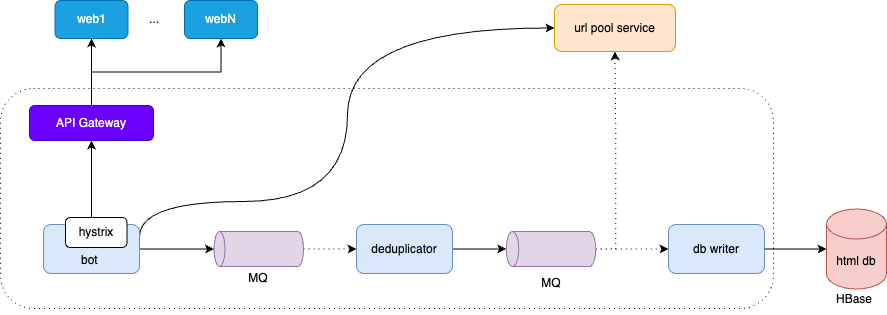
The draw.io diagram pictures/bot/bot_service.drawio.png in alikWu/system-design, before a commit. Source tidied: cells renumbered, new cells last; positions are measured from the earlier drawing's top-left corner, leaving out a move shared by most shapes.
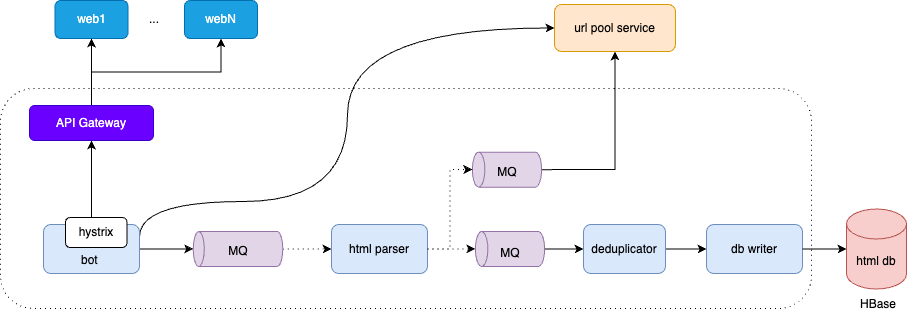
After the commit.

Change to the diagram source:
```diff
@@ -3,7 +3,7 @@
     <mxCell id="0" />
     <mxCell id="1" parent="0" />
     <mxCell id="2" style="rounded=1;whiteSpace=wrap;html=1;dashed=1;dashPattern=1 4;" parent="1" vertex="1">
-      <mxGeometry y="88" width="773" height="220" as="geometry" />
+      <mxGeometry y="88" width="811" height="220" as="geometry" />
     </mxCell>
     <mxCell id="3" style="edgeStyle=orthogonalEdgeStyle;rounded=0;jettySize=auto;html=1;exitX=1;exitY=0.5;exitDx=0;exitDy=0;" parent="1" edge="1" source="6" target="10">
       <mxGeometry relative="1" as="geometry" />
@@ -23,23 +23,20 @@
     <mxCell id="6" style="rounded=1;whiteSpace=wrap;html=1;fillColor=#dae8fc;strokeColor=#6c8ebf;" parent="1" vertex="1">
       <mxGeometry x="43" y="224" width="96" height="49" as="geometry" />
     </mxCell>
-    <mxCell id="7" style="edgeStyle=orthogonalEdgeStyle;rounded=0;jettySize=auto;html=1;exitX=1;exitY=0.5;exitDx=0;exitDy=0;" parent="1" edge="1" source="8" target="20">
-      <mxGeometry relative="1" as="geometry" />
-    </mxCell>
-    <mxCell id="8" value="deduplicator" style="rounded=1;whiteSpace=wrap;html=1;fillColor=#dae8fc;strokeColor=#6c8ebf;" parent="1" vertex="1">
-      <mxGeometry x="356" y="224" width="96" height="49" as="geometry" />
+    <mxCell id="8" value="html parser" style="rounded=1;whiteSpace=wrap;html=1;fillColor=#dae8fc;strokeColor=#6c8ebf;" parent="1" vertex="1">
+      <mxGeometry x="331" y="224" width="96" height="49" as="geometry" />
     </mxCell>
     <mxCell id="9" style="edgeStyle=orthogonalEdgeStyle;rounded=0;jettySize=auto;html=1;exitX=0.5;exitY=1;exitDx=0;exitDy=0;exitPerimeter=0;entryX=0;entryY=0.5;entryDx=0;entryDy=0;dashed=1;dashPattern=1 4;" parent="1" edge="1" source="10" target="8">
       <mxGeometry relative="1" as="geometry" />
     </mxCell>
     <mxCell id="10" style="shape=cylinder3;whiteSpace=wrap;html=1;boundedLbl=1;backgroundOutline=1;size=5.5;rotation=-90;fillColor=#e1d5e7;strokeColor=#9673a6;" parent="1" vertex="1">
-      <mxGeometry x="240.8" y="203.8" width="35" height="89.5" as="geometry" />
+      <mxGeometry x="220" y="203.8" width="35" height="89.5" as="geometry" />
     </mxCell>
     <mxCell id="11" value="html db" style="shape=cylinder3;whiteSpace=wrap;html=1;boundedLbl=1;backgroundOutline=1;size=15;fillColor=#f8cecc;strokeColor=#b85450;" parent="1" vertex="1">
-      <mxGeometry x="826" y="208.5" width="60" height="80" as="geometry" />
+      <mxGeometry x="846" y="208.5" width="60" height="80" as="geometry" />
     </mxCell>
     <mxCell id="12" value="MQ" style="text;html=1;align=center;verticalAlign=middle;whiteSpace=wrap;rounded=0;" parent="1" vertex="1">
-      <mxGeometry x="228.2" y="263.2" width="60" height="30" as="geometry" />
+      <mxGeometry x="207.5" y="235.5" width="60" height="30" as="geometry" />
     </mxCell>
     <mxCell id="13" value="web1" style="rounded=1;whiteSpace=wrap;html=1;fillColor=#1ba1e2;fontColor=#ffffff;strokeColor=#006EAF;" parent="1" vertex="1">
       <mxGeometry x="54.5" width="73" height="38" as="geometry" />
@@ -51,22 +48,19 @@
       <mxGeometry x="124" y="4" width="60" height="30" as="geometry" />
     </mxCell>
     <mxCell id="16" value="db writer" style="rounded=1;whiteSpace=wrap;html=1;fillColor=#dae8fc;strokeColor=#6c8ebf;" parent="1" vertex="1">
-      <mxGeometry x="668" y="224" width="96" height="49" as="geometry" />
+      <mxGeometry x="706" y="224" width="96" height="49" as="geometry" />
     </mxCell>
     <mxCell id="17" style="edgeStyle=orthogonalEdgeStyle;rounded=0;jettySize=auto;html=1;exitX=1;exitY=0.5;exitDx=0;exitDy=0;entryX=0;entryY=0.5;entryDx=0;entryDy=0;entryPerimeter=0;" parent="1" edge="1" source="16" target="11">
       <mxGeometry relative="1" as="geometry" />
     </mxCell>
-    <mxCell id="18" style="edgeStyle=orthogonalEdgeStyle;rounded=0;jettySize=auto;html=1;exitX=0.5;exitY=1;exitDx=0;exitDy=0;exitPerimeter=0;entryX=0;entryY=0.5;entryDx=0;entryDy=0;dashed=1;dashPattern=1 4;" parent="1" edge="1" source="20" target="16">
-      <mxGeometry relative="1" as="geometry" />
-    </mxCell>
-    <mxCell id="19" style="edgeStyle=orthogonalEdgeStyle;rounded=0;jettySize=auto;html=1;exitX=0.5;exitY=1;exitDx=0;exitDy=0;exitPerimeter=0;entryX=0.5;entryY=1;entryDx=0;entryDy=0;dashed=1;dashPattern=1 4;" parent="1" edge="1" source="20" target="22">
-      <mxGeometry relative="1" as="geometry" />
-    </mxCell>
+    <mxCell id="29" style="edgeStyle=orthogonalEdgeStyle;rounded=0;jettySize=auto;html=1;exitX=0.5;exitY=1;exitDx=0;exitDy=0;exitPerimeter=0;entryX=0;entryY=0.5;entryDx=0;entryDy=0;" parent="1" edge="1" source="20" target="33">
+      <mxGeometry relative="1" as="geometry" />
+    </mxCell>
     <mxCell id="20" style="shape=cylinder3;whiteSpace=wrap;html=1;boundedLbl=1;backgroundOutline=1;size=6.25;rotation=-90;fillColor=#e1d5e7;strokeColor=#9673a6;" parent="1" vertex="1">
-      <mxGeometry x="533" y="203.8" width="35" height="89.5" as="geometry" />
+      <mxGeometry x="492" y="213.9" width="35" height="69.2" as="geometry" />
     </mxCell>
     <mxCell id="21" value="MQ" style="text;html=1;align=center;verticalAlign=middle;whiteSpace=wrap;rounded=0;" parent="1" vertex="1">
-      <mxGeometry x="520.5" y="268" width="60" height="30" as="geometry" />
+      <mxGeometry x="479.5" y="238" width="60" height="30" as="geometry" />
     </mxCell>
     <mxCell id="22" value="url pool service" style="rounded=1;whiteSpace=wrap;html=1;fillColor=#ffe6cc;strokeColor=#d79b00;" parent="1" vertex="1">
       <mxGeometry x="554" y="4" width="121" height="47" as="geometry" />
@@ -81,7 +75,7 @@
       <mxGeometry x="29" y="105" width="124" height="35" as="geometry" />
     </mxCell>
     <mxCell id="26" value="HBase" style="text;html=1;align=center;verticalAlign=middle;whiteSpace=wrap;rounded=0;" parent="1" vertex="1">
-      <mxGeometry x="824" y="284" width="60" height="30" as="geometry" />
+      <mxGeometry x="848" y="288.5" width="60" height="30" as="geometry" />
     </mxCell>
     <mxCell id="27" value="bot&amp;nbsp;" style="text;html=1;align=center;verticalAlign=middle;whiteSpace=wrap;rounded=0;" parent="1" vertex="1">
       <mxGeometry x="61" y="245" width="60" height="30" as="geometry" />
@@ -89,5 +83,26 @@
     <mxCell id="28" value="hystrix" style="rounded=1;whiteSpace=wrap;html=1;" parent="1" vertex="1">
       <mxGeometry x="65" y="217" width="61.5" height="30" as="geometry" />
     </mxCell>
+    <mxCell id="30" style="edgeStyle=orthogonalEdgeStyle;rounded=0;jettySize=auto;html=1;exitX=0.5;exitY=1;exitDx=0;exitDy=0;exitPerimeter=0;entryX=0.5;entryY=1;entryDx=0;entryDy=0;" parent="1" edge="1" source="31" target="22">
+      <mxGeometry relative="1" as="geometry" />
+    </mxCell>
+    <mxCell id="31" style="shape=cylinder3;whiteSpace=wrap;html=1;boundedLbl=1;backgroundOutline=1;size=6.25;rotation=-90;fillColor=#e1d5e7;strokeColor=#9673a6;" parent="1" vertex="1">
+      <mxGeometry x="489" y="134.5" width="35" height="69.2" as="geometry" />
+    </mxCell>
+    <mxCell id="32" style="edgeStyle=orthogonalEdgeStyle;rounded=0;jettySize=auto;html=1;exitX=1;exitY=0.5;exitDx=0;exitDy=0;" parent="1" edge="1" source="33" target="16">
+      <mxGeometry relative="1" as="geometry" />
+    </mxCell>
+    <mxCell id="33" value="deduplicator" style="rounded=1;whiteSpace=wrap;html=1;fillColor=#dae8fc;strokeColor=#6c8ebf;" parent="1" vertex="1">
+      <mxGeometry x="583" y="224" width="82" height="49" as="geometry" />
+    </mxCell>
+    <mxCell id="7" style="edgeStyle=orthogonalEdgeStyle;rounded=0;jettySize=auto;html=1;exitX=1;exitY=0.5;exitDx=0;exitDy=0;entryX=0.5;entryY=0;entryDx=0;entryDy=0;entryPerimeter=0;dashed=1;dashPattern=1 4;" parent="1" edge="1" source="8" target="20">
+      <mxGeometry relative="1" as="geometry" />
+    </mxCell>
+    <mxCell id="34" style="edgeStyle=orthogonalEdgeStyle;rounded=0;jettySize=auto;html=1;exitX=1;exitY=0.5;exitDx=0;exitDy=0;entryX=0.5;entryY=0;entryDx=0;entryDy=0;entryPerimeter=0;dashed=1;dashPattern=1 4;" parent="1" edge="1" source="8" target="31">
+      <mxGeometry relative="1" as="geometry" />
+    </mxCell>
+    <mxCell id="35" value="MQ" style="text;html=1;align=center;verticalAlign=middle;whiteSpace=wrap;rounded=0;" parent="1" vertex="1">
+      <mxGeometry x="476.5" y="157" width="60" height="30" as="geometry" />
+    </mxCell>
   </root>
 </mxGraphModel>
```
